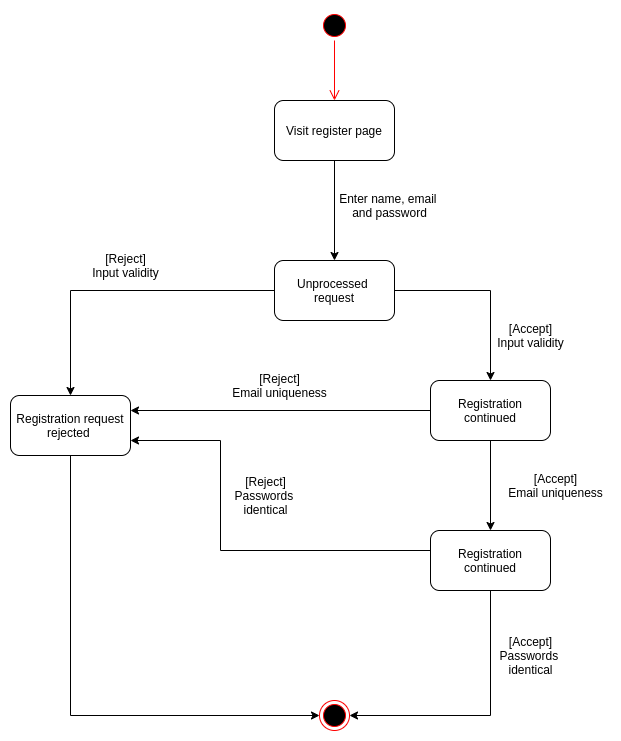
Earlier version of the draw.io export diagrams/Logical/State/Register.png (faisal2754/Web-Data-Labelling). Source tidied: cells renumbered, new cells last; positions are measured from the earlier drawing's top-left corner, leaving out a move shared by most shapes. Its diagram source:
```xml
<mxGraphModel>
  <root>
    <mxCell id="0" />
    <mxCell id="1" parent="0" />
    <mxCell id="2" style="ellipse;html=1;shape=startState;fillColor=#000000;strokeColor=#ff0000;rounded=1;" parent="1" vertex="1">
      <mxGeometry x="309" width="30" height="30" as="geometry" />
    </mxCell>
    <mxCell id="3" style="edgeStyle=orthogonalEdgeStyle;html=1;verticalAlign=bottom;endArrow=open;endSize=8;strokeColor=#ff0000;" parent="1" edge="1" source="2">
      <mxGeometry relative="1" as="geometry">
        <mxPoint x="324" y="90" as="targetPoint" />
      </mxGeometry>
    </mxCell>
    <mxCell id="4" style="edgeStyle=orthogonalEdgeStyle;rounded=0;jettySize=auto;html=1;entryX=0.5;entryY=0;entryDx=0;entryDy=0;endArrow=classic;endFill=1;" parent="1" edge="1" source="5" target="8">
      <mxGeometry relative="1" as="geometry" />
    </mxCell>
    <mxCell id="5" value="Visit register page" style="rounded=1;whiteSpace=wrap;html=1;" parent="1" vertex="1">
      <mxGeometry x="264" y="90" width="120" height="60" as="geometry" />
    </mxCell>
    <mxCell id="6" style="edgeStyle=orthogonalEdgeStyle;rounded=0;jettySize=auto;html=1;endArrow=classic;endFill=1;" parent="1" edge="1" source="8" target="11">
      <mxGeometry relative="1" as="geometry" />
    </mxCell>
    <mxCell id="7" style="edgeStyle=orthogonalEdgeStyle;rounded=0;jettySize=auto;html=1;endArrow=classic;endFill=1;" parent="1" edge="1" source="8" target="15">
      <mxGeometry relative="1" as="geometry" />
    </mxCell>
    <mxCell id="8" value="Unprocessed &lt;br&gt;request" style="rounded=1;whiteSpace=wrap;html=1;" parent="1" vertex="1">
      <mxGeometry x="264" y="250" width="120" height="60" as="geometry" />
    </mxCell>
    <mxCell id="9" value="Enter name, email &lt;br&gt;and password" style="text;html=1;align=center;verticalAlign=middle;strokeColor=none;" parent="1" vertex="1">
      <mxGeometry x="324" y="180" width="110" height="30" as="geometry" />
    </mxCell>
    <mxCell id="10" style="edgeStyle=orthogonalEdgeStyle;rounded=0;jettySize=auto;html=1;entryX=0;entryY=0.5;entryDx=0;entryDy=0;endArrow=classic;endFill=1;" parent="1" edge="1" source="11" target="24">
      <mxGeometry relative="1" as="geometry">
        <Array as="points">
          <mxPoint x="60" y="705" />
        </Array>
      </mxGeometry>
    </mxCell>
    <mxCell id="11" value="Registration request&lt;br&gt;rejected&amp;nbsp;" style="rounded=1;whiteSpace=wrap;html=1;" parent="1" vertex="1">
      <mxGeometry y="385" width="120" height="60" as="geometry" />
    </mxCell>
    <mxCell id="12" value="[Reject]&lt;br&gt;Input validity" style="text;html=1;align=center;verticalAlign=middle;strokeColor=none;" parent="1" vertex="1">
      <mxGeometry x="75" y="240" width="80" height="30" as="geometry" />
    </mxCell>
    <mxCell id="13" style="edgeStyle=orthogonalEdgeStyle;rounded=0;jettySize=auto;html=1;endArrow=classic;endFill=1;entryX=1;entryY=0.25;entryDx=0;entryDy=0;" parent="1" edge="1" source="15" target="11">
      <mxGeometry relative="1" as="geometry" />
    </mxCell>
    <mxCell id="14" style="edgeStyle=orthogonalEdgeStyle;rounded=0;jettySize=auto;html=1;endArrow=classic;endFill=1;" parent="1" edge="1" source="15" target="20">
      <mxGeometry relative="1" as="geometry" />
    </mxCell>
    <mxCell id="15" value="Registration continued" style="rounded=1;whiteSpace=wrap;html=1;" parent="1" vertex="1">
      <mxGeometry x="420" y="370" width="120" height="60" as="geometry" />
    </mxCell>
    <mxCell id="16" value="[Accept]&lt;br&gt;Input validity" style="text;html=1;align=center;verticalAlign=middle;strokeColor=none;" parent="1" vertex="1">
      <mxGeometry x="480" y="310" width="80" height="30" as="geometry" />
    </mxCell>
    <mxCell id="17" value="[Reject]&lt;br&gt;Email uniqueness" style="text;html=1;align=center;verticalAlign=middle;strokeColor=none;" parent="1" vertex="1">
      <mxGeometry x="214" y="360" width="110" height="30" as="geometry" />
    </mxCell>
    <mxCell id="18" style="edgeStyle=orthogonalEdgeStyle;rounded=0;jettySize=auto;html=1;endArrow=classic;endFill=1;entryX=1;entryY=0.75;entryDx=0;entryDy=0;" parent="1" edge="1" source="20" target="11">
      <mxGeometry relative="1" as="geometry">
        <Array as="points">
          <mxPoint x="210" y="540" />
          <mxPoint x="210" y="430" />
        </Array>
      </mxGeometry>
    </mxCell>
    <mxCell id="19" style="edgeStyle=orthogonalEdgeStyle;rounded=0;jettySize=auto;html=1;entryX=1;entryY=0.5;entryDx=0;entryDy=0;endArrow=classic;endFill=1;exitX=0.5;exitY=1;exitDx=0;exitDy=0;" parent="1" edge="1" source="20" target="24">
      <mxGeometry relative="1" as="geometry">
        <Array as="points">
          <mxPoint x="480" y="705" />
        </Array>
      </mxGeometry>
    </mxCell>
    <mxCell id="20" value="Registration continued" style="rounded=1;whiteSpace=wrap;html=1;" parent="1" vertex="1">
      <mxGeometry x="420" y="520" width="120" height="60" as="geometry" />
    </mxCell>
    <mxCell id="21" value="[Accept]&lt;br&gt;Email uniqueness" style="text;html=1;align=center;verticalAlign=middle;strokeColor=none;" parent="1" vertex="1">
      <mxGeometry x="490" y="460" width="110" height="30" as="geometry" />
    </mxCell>
    <mxCell id="22" value="[Reject]&lt;br&gt;Passwords &lt;br&gt;identical" style="text;html=1;align=center;verticalAlign=middle;strokeColor=none;" parent="1" vertex="1">
      <mxGeometry x="220" y="460" width="70" height="50" as="geometry" />
    </mxCell>
    <mxCell id="23" value="[Accept]&lt;br&gt;Passwords &lt;br&gt;identical" style="text;html=1;align=center;verticalAlign=middle;points=[];strokeColor=none;" parent="1" vertex="1">
      <mxGeometry x="485" y="620" width="70" height="50" as="geometry" />
    </mxCell>
    <mxCell id="24" style="ellipse;html=1;shape=endState;fillColor=#000000;strokeColor=#ff0000;rounded=1;" parent="1" vertex="1">
      <mxGeometry x="309" y="690" width="30" height="30" as="geometry" />
    </mxCell>
  </root>
</mxGraphModel>
```
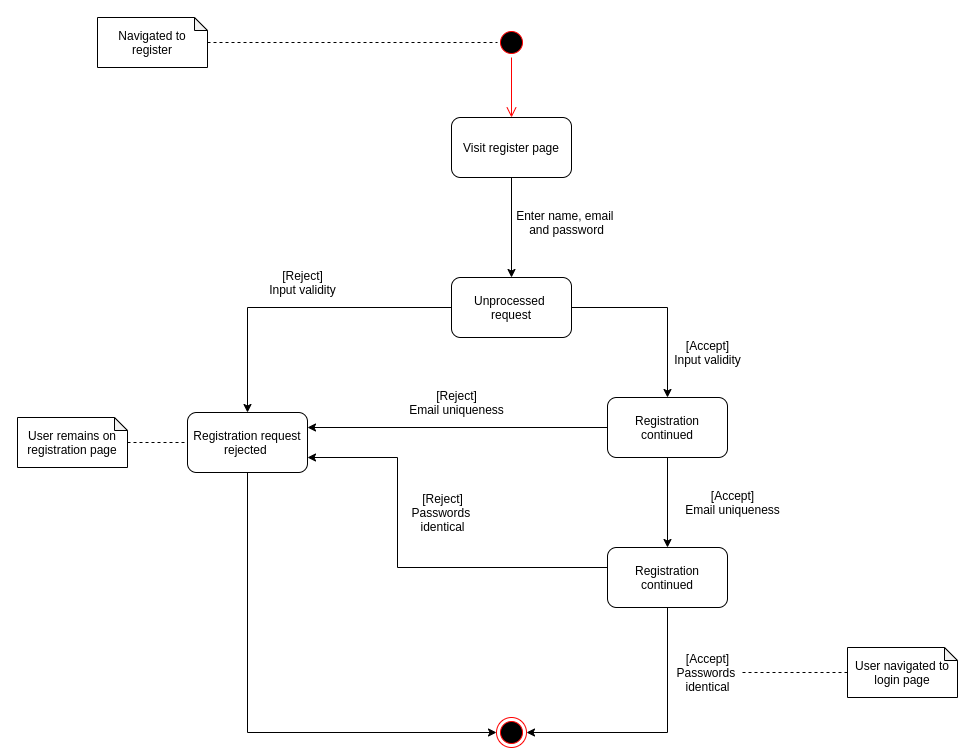
The same diagram one commit later.

The edit, as a diff of the source:
```diff
@@ -2,14 +2,26 @@
   <root>
     <mxCell id="0" />
     <mxCell id="1" parent="0" />
-    <mxCell id="2" style="ellipse;html=1;shape=startState;fillColor=#000000;strokeColor=#ff0000;rounded=1;" parent="1" vertex="1">
-      <mxGeometry x="309" width="30" height="30" as="geometry" />
-    </mxCell>
-    <mxCell id="3" style="edgeStyle=orthogonalEdgeStyle;html=1;verticalAlign=bottom;endArrow=open;endSize=8;strokeColor=#ff0000;" parent="1" edge="1" source="2">
-      <mxGeometry relative="1" as="geometry">
-        <mxPoint x="324" y="90" as="targetPoint" />
-      </mxGeometry>
-    </mxCell>
+    <mxCell id="25" style="edgeStyle=orthogonalEdgeStyle;rounded=0;jettySize=auto;html=1;dashed=1;endArrow=none;endFill=0;" parent="1" edge="1" source="26">
+      <mxGeometry relative="1" as="geometry">
+        <mxPoint x="310" y="15" as="targetPoint" />
+        <Array as="points">
+          <mxPoint x="280" y="15" />
+          <mxPoint x="280" y="15" />
+        </Array>
+      </mxGeometry>
+    </mxCell>
+    <mxCell id="26" value="Navigated to register" style="shape=note;whiteSpace=wrap;html=1;backgroundOutline=1;darkOpacity=0.05;size=13;" parent="1" vertex="1">
+      <mxGeometry x="-90" y="-10" width="110" height="50" as="geometry" />
+    </mxCell>
+    <mxCell id="27" style="ellipse;html=1;shape=startState;fillColor=#000000;strokeColor=#ff0000;rounded=1;" parent="1" vertex="1">
+      <mxGeometry x="309" width="30" height="30" as="geometry" />
+    </mxCell>
+    <mxCell id="28" style="edgeStyle=orthogonalEdgeStyle;html=1;verticalAlign=bottom;endArrow=open;endSize=8;strokeColor=#ff0000;" parent="1" edge="1" source="27">
+      <mxGeometry relative="1" as="geometry">
+        <mxPoint x="324" y="90" as="targetPoint" />
+      </mxGeometry>
+    </mxCell>
     <mxCell id="4" style="edgeStyle=orthogonalEdgeStyle;rounded=0;jettySize=auto;html=1;entryX=0.5;entryY=0;entryDx=0;entryDy=0;endArrow=classic;endFill=1;" parent="1" edge="1" source="5" target="8">
       <mxGeometry relative="1" as="geometry" />
     </mxCell>
@@ -19,61 +31,61 @@
     <mxCell id="6" style="edgeStyle=orthogonalEdgeStyle;rounded=0;jettySize=auto;html=1;endArrow=classic;endFill=1;" parent="1" edge="1" source="8" target="11">
       <mxGeometry relative="1" as="geometry" />
     </mxCell>
-    <mxCell id="7" style="edgeStyle=orthogonalEdgeStyle;rounded=0;jettySize=auto;html=1;endArrow=classic;endFill=1;" parent="1" edge="1" source="8" target="15">
-      <mxGeometry relative="1" as="geometry" />
-    </mxCell>
+    <mxCell id="29" style="edgeStyle=orthogonalEdgeStyle;rounded=0;jettySize=auto;html=1;endArrow=classic;endFill=1;" parent="1" edge="1" source="8" target="33">
+      <mxGeometry relative="1" as="geometry" />
+    </mxCell>
     <mxCell id="8" value="Unprocessed &lt;br&gt;request" style="rounded=1;whiteSpace=wrap;html=1;" parent="1" vertex="1">
       <mxGeometry x="264" y="250" width="120" height="60" as="geometry" />
     </mxCell>
     <mxCell id="9" value="Enter name, email &lt;br&gt;and password" style="text;html=1;align=center;verticalAlign=middle;strokeColor=none;" parent="1" vertex="1">
       <mxGeometry x="324" y="180" width="110" height="30" as="geometry" />
     </mxCell>
-    <mxCell id="10" style="edgeStyle=orthogonalEdgeStyle;rounded=0;jettySize=auto;html=1;entryX=0;entryY=0.5;entryDx=0;entryDy=0;endArrow=classic;endFill=1;" parent="1" edge="1" source="11" target="24">
-      <mxGeometry relative="1" as="geometry">
-        <Array as="points">
-          <mxPoint x="60" y="705" />
-        </Array>
-      </mxGeometry>
-    </mxCell>
+    <mxCell id="30" style="edgeStyle=orthogonalEdgeStyle;rounded=0;jettySize=auto;html=1;entryX=0;entryY=0.5;entryDx=0;entryDy=0;endArrow=classic;endFill=1;" parent="1" edge="1" source="11" target="37">
+      <mxGeometry relative="1" as="geometry">
+        <Array as="points">
+          <mxPoint x="60" y="705" />
+        </Array>
+      </mxGeometry>
+    </mxCell>
     <mxCell id="11" value="Registration request&lt;br&gt;rejected&amp;nbsp;" style="rounded=1;whiteSpace=wrap;html=1;" parent="1" vertex="1">
       <mxGeometry y="385" width="120" height="60" as="geometry" />
     </mxCell>
     <mxCell id="12" value="[Reject]&lt;br&gt;Input validity" style="text;html=1;align=center;verticalAlign=middle;strokeColor=none;" parent="1" vertex="1">
       <mxGeometry x="75" y="240" width="80" height="30" as="geometry" />
     </mxCell>
-    <mxCell id="13" style="edgeStyle=orthogonalEdgeStyle;rounded=0;jettySize=auto;html=1;endArrow=classic;endFill=1;entryX=1;entryY=0.25;entryDx=0;entryDy=0;" parent="1" edge="1" source="15" target="11">
-      <mxGeometry relative="1" as="geometry" />
-    </mxCell>
-    <mxCell id="14" style="edgeStyle=orthogonalEdgeStyle;rounded=0;jettySize=auto;html=1;endArrow=classic;endFill=1;" parent="1" edge="1" source="15" target="20">
-      <mxGeometry relative="1" as="geometry" />
-    </mxCell>
-    <mxCell id="15" value="Registration continued" style="rounded=1;whiteSpace=wrap;html=1;" parent="1" vertex="1">
-      <mxGeometry x="420" y="370" width="120" height="60" as="geometry" />
-    </mxCell>
+    <mxCell id="31" style="edgeStyle=orthogonalEdgeStyle;rounded=0;jettySize=auto;html=1;endArrow=classic;endFill=1;entryX=1;entryY=0.25;entryDx=0;entryDy=0;" parent="1" edge="1" source="33" target="11">
+      <mxGeometry relative="1" as="geometry" />
+    </mxCell>
+    <mxCell id="32" style="edgeStyle=orthogonalEdgeStyle;rounded=0;jettySize=auto;html=1;endArrow=classic;endFill=1;" parent="1" edge="1" source="33" target="36">
+      <mxGeometry relative="1" as="geometry" />
+    </mxCell>
+    <mxCell id="33" value="Registration continued" style="rounded=1;whiteSpace=wrap;html=1;" parent="1" vertex="1">
+      <mxGeometry x="420" y="370" width="120" height="60" as="geometry" />
+    </mxCell>
     <mxCell id="16" value="[Accept]&lt;br&gt;Input validity" style="text;html=1;align=center;verticalAlign=middle;strokeColor=none;" parent="1" vertex="1">
       <mxGeometry x="480" y="310" width="80" height="30" as="geometry" />
     </mxCell>
     <mxCell id="17" value="[Reject]&lt;br&gt;Email uniqueness" style="text;html=1;align=center;verticalAlign=middle;strokeColor=none;" parent="1" vertex="1">
       <mxGeometry x="214" y="360" width="110" height="30" as="geometry" />
     </mxCell>
-    <mxCell id="18" style="edgeStyle=orthogonalEdgeStyle;rounded=0;jettySize=auto;html=1;endArrow=classic;endFill=1;entryX=1;entryY=0.75;entryDx=0;entryDy=0;" parent="1" edge="1" source="20" target="11">
-      <mxGeometry relative="1" as="geometry">
-        <Array as="points">
-          <mxPoint x="210" y="540" />
-          <mxPoint x="210" y="430" />
-        </Array>
-      </mxGeometry>
-    </mxCell>
-    <mxCell id="19" style="edgeStyle=orthogonalEdgeStyle;rounded=0;jettySize=auto;html=1;entryX=1;entryY=0.5;entryDx=0;entryDy=0;endArrow=classic;endFill=1;exitX=0.5;exitY=1;exitDx=0;exitDy=0;" parent="1" edge="1" source="20" target="24">
-      <mxGeometry relative="1" as="geometry">
-        <Array as="points">
-          <mxPoint x="480" y="705" />
-        </Array>
-      </mxGeometry>
-    </mxCell>
-    <mxCell id="20" value="Registration continued" style="rounded=1;whiteSpace=wrap;html=1;" parent="1" vertex="1">
-      <mxGeometry x="420" y="520" width="120" height="60" as="geometry" />
-    </mxCell>
+    <mxCell id="34" style="edgeStyle=orthogonalEdgeStyle;rounded=0;jettySize=auto;html=1;endArrow=classic;endFill=1;entryX=1;entryY=0.75;entryDx=0;entryDy=0;" parent="1" edge="1" source="36" target="11">
+      <mxGeometry relative="1" as="geometry">
+        <Array as="points">
+          <mxPoint x="210" y="540" />
+          <mxPoint x="210" y="430" />
+        </Array>
+      </mxGeometry>
+    </mxCell>
+    <mxCell id="35" style="edgeStyle=orthogonalEdgeStyle;rounded=0;jettySize=auto;html=1;entryX=1;entryY=0.5;entryDx=0;entryDy=0;endArrow=classic;endFill=1;exitX=0.5;exitY=1;exitDx=0;exitDy=0;" parent="1" edge="1" source="36" target="37">
+      <mxGeometry relative="1" as="geometry">
+        <Array as="points">
+          <mxPoint x="480" y="705" />
+        </Array>
+      </mxGeometry>
+    </mxCell>
+    <mxCell id="36" value="Registration continued" style="rounded=1;whiteSpace=wrap;html=1;" parent="1" vertex="1">
+      <mxGeometry x="420" y="520" width="120" height="60" as="geometry" />
+    </mxCell>
     <mxCell id="21" value="[Accept]&lt;br&gt;Email uniqueness" style="text;html=1;align=center;verticalAlign=middle;strokeColor=none;" parent="1" vertex="1">
       <mxGeometry x="490" y="460" width="110" height="30" as="geometry" />
     </mxCell>
@@ -83,8 +95,26 @@
     <mxCell id="23" value="[Accept]&lt;br&gt;Passwords &lt;br&gt;identical" style="text;html=1;align=center;verticalAlign=middle;points=[];strokeColor=none;" parent="1" vertex="1">
       <mxGeometry x="485" y="620" width="70" height="50" as="geometry" />
     </mxCell>
-    <mxCell id="24" style="ellipse;html=1;shape=endState;fillColor=#000000;strokeColor=#ff0000;rounded=1;" parent="1" vertex="1">
-      <mxGeometry x="309" y="690" width="30" height="30" as="geometry" />
-    </mxCell>
+    <mxCell id="37" style="ellipse;html=1;shape=endState;fillColor=#000000;strokeColor=#ff0000;rounded=1;" parent="1" vertex="1">
+      <mxGeometry x="309" y="690" width="30" height="30" as="geometry" />
+    </mxCell>
+    <mxCell id="38" style="edgeStyle=orthogonalEdgeStyle;rounded=0;jettySize=auto;html=1;dashed=1;endArrow=none;endFill=0;" parent="1" edge="1" source="39">
+      <mxGeometry relative="1" as="geometry">
+        <mxPoint y="415" as="targetPoint" />
+        <Array as="points">
+          <mxPoint x="-30" y="415" />
+          <mxPoint x="-30" y="415" />
+        </Array>
+      </mxGeometry>
+    </mxCell>
+    <mxCell id="39" value="User remains on registration page" style="shape=note;whiteSpace=wrap;html=1;backgroundOutline=1;darkOpacity=0.05;size=13;" parent="1" vertex="1">
+      <mxGeometry x="-170" y="390" width="110" height="50" as="geometry" />
+    </mxCell>
+    <mxCell id="40" style="edgeStyle=orthogonalEdgeStyle;rounded=0;jettySize=auto;html=1;dashed=1;endArrow=none;endFill=0;" parent="1" edge="1" source="41" target="23">
+      <mxGeometry relative="1" as="geometry" />
+    </mxCell>
+    <mxCell id="41" value="User navigated to login page" style="shape=note;whiteSpace=wrap;html=1;backgroundOutline=1;darkOpacity=0.05;size=13;" parent="1" vertex="1">
+      <mxGeometry x="660" y="620" width="110" height="50" as="geometry" />
+    </mxCell>
   </root>
 </mxGraphModel>
```
